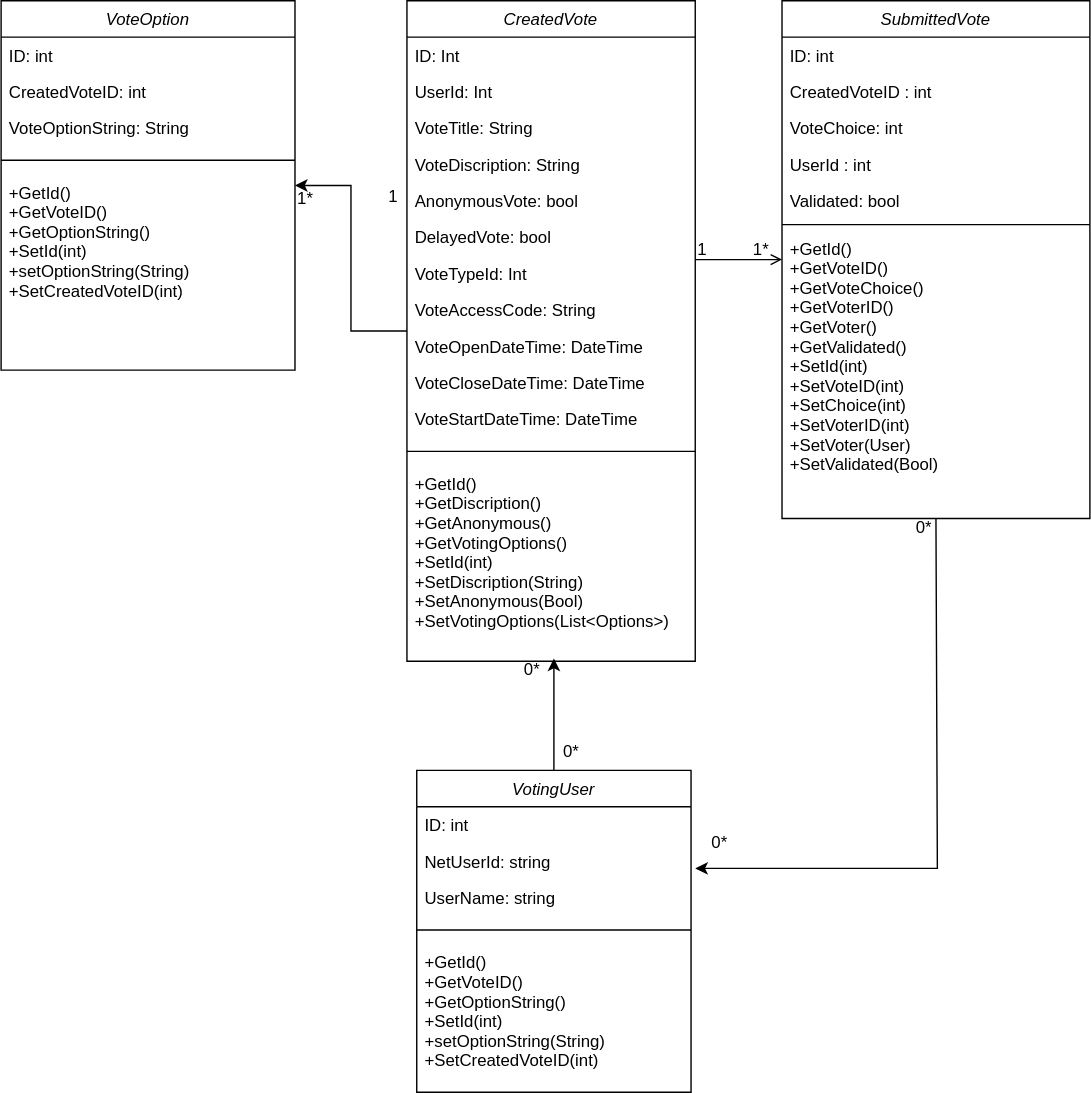
Above: docs/ProjectManagement/Modeling/VA-86/VotingAppClassDiagarm.drawio.svg in vincenowell4/KSV-Software (draw.io), before the change. Source tidied: cells renumbered, new cells last; positions are measured from the earlier drawing's top-left corner, leaving out a move shared by most shapes.
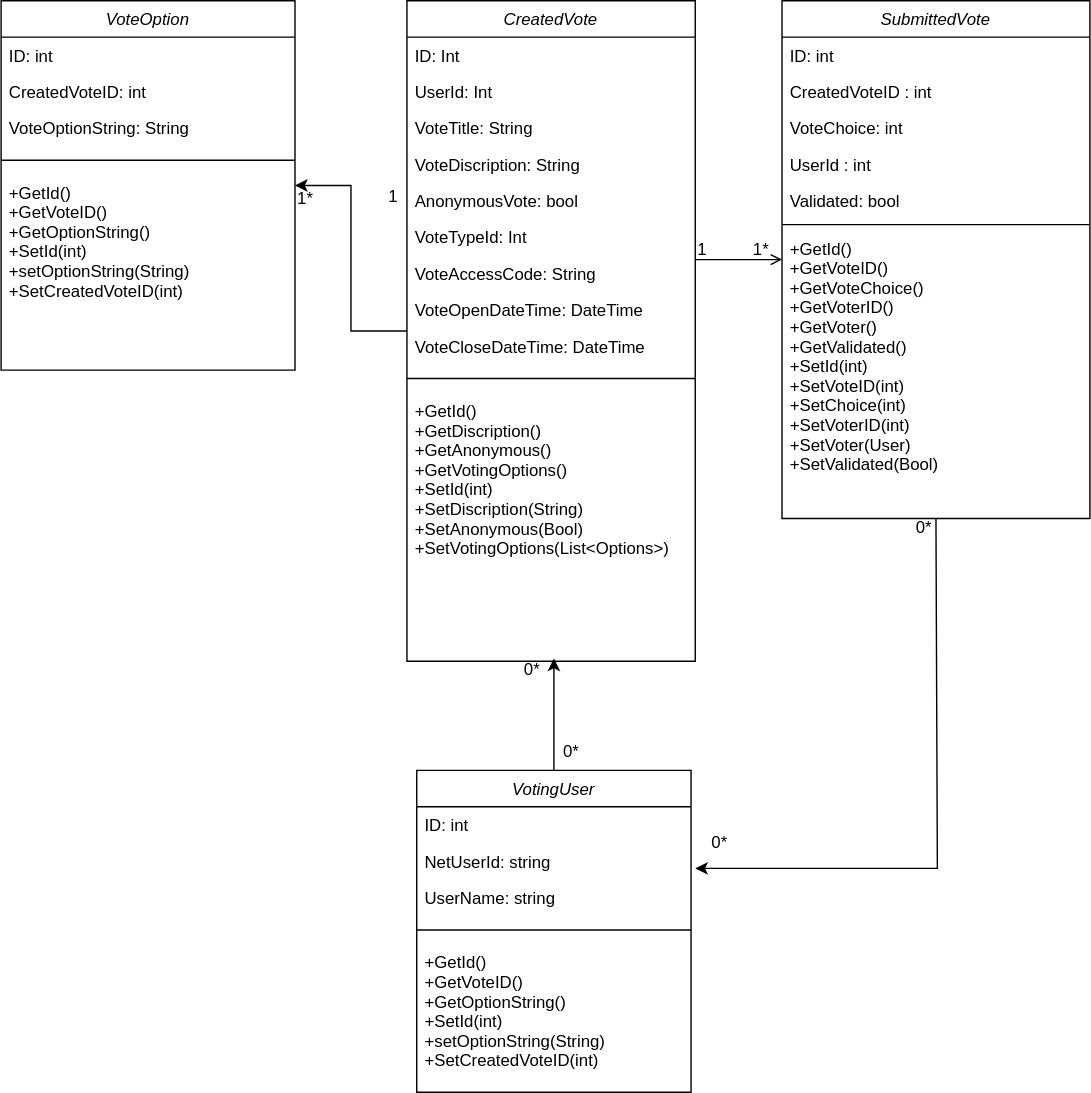
Later version of the same file.

Commit message:
committing changes to class diagram

Change to the diagram source:
```diff
@@ -23,29 +23,23 @@
     <mxCell id="8" value="AnonymousVote: bool" style="text;align=left;verticalAlign=top;spacingLeft=4;spacingRight=4;overflow=hidden;rounded=0;shadow=0;html=0;" parent="3" vertex="1">
       <mxGeometry y="130" width="206" height="26" as="geometry" />
     </mxCell>
-    <mxCell id="9" value="DelayedVote: bool" style="text;align=left;verticalAlign=top;spacingLeft=4;spacingRight=4;overflow=hidden;rounded=0;shadow=0;html=0;" parent="3" vertex="1">
-      <mxGeometry y="156" width="206" height="26" as="geometry" />
-    </mxCell>
     <mxCell id="10" value="VoteTypeId: Int" style="text;align=left;verticalAlign=top;spacingLeft=4;spacingRight=4;overflow=hidden;rounded=0;shadow=0;html=0;" parent="3" vertex="1">
-      <mxGeometry y="182" width="206" height="26" as="geometry" />
+      <mxGeometry y="156" width="206" height="26" as="geometry" />
     </mxCell>
     <mxCell id="11" value="VoteAccessCode: String" style="text;align=left;verticalAlign=top;spacingLeft=4;spacingRight=4;overflow=hidden;rounded=0;shadow=0;html=0;" parent="3" vertex="1">
-      <mxGeometry y="208" width="206" height="26" as="geometry" />
+      <mxGeometry y="182" width="206" height="26" as="geometry" />
     </mxCell>
     <mxCell id="12" value="VoteOpenDateTime: DateTime" style="text;align=left;verticalAlign=top;spacingLeft=4;spacingRight=4;overflow=hidden;rounded=0;shadow=0;html=0;" parent="3" vertex="1">
-      <mxGeometry y="234" width="206" height="26" as="geometry" />
+      <mxGeometry y="208" width="206" height="26" as="geometry" />
     </mxCell>
     <mxCell id="13" value="VoteCloseDateTime: DateTime" style="text;align=left;verticalAlign=top;spacingLeft=4;spacingRight=4;overflow=hidden;rounded=0;shadow=0;html=0;" parent="3" vertex="1">
-      <mxGeometry y="260" width="206" height="26" as="geometry" />
+      <mxGeometry y="234" width="206" height="26" as="geometry" />
     </mxCell>
-    <mxCell id="14" value="VoteStartDateTime: DateTime" style="text;align=left;verticalAlign=top;spacingLeft=4;spacingRight=4;overflow=hidden;rounded=0;shadow=0;html=0;" parent="3" vertex="1">
-      <mxGeometry y="286" width="206" height="26" as="geometry" />
-    </mxCell>
     <mxCell id="15" style="line;html=1;strokeWidth=1;align=left;verticalAlign=middle;spacingTop=-1;spacingLeft=3;spacingRight=3;labelPosition=right;" parent="3" vertex="1">
-      <mxGeometry y="312" width="206" height="20" as="geometry" />
+      <mxGeometry y="260" width="206" height="20" as="geometry" />
     </mxCell>
     <mxCell id="16" value="+GetId()&#10;+GetDiscription()&#10;+GetAnonymous()&#10;+GetVotingOptions()&#10;+SetId(int)&#10;+SetDiscription(String)&#10;+SetAnonymous(Bool)&#10;+SetVotingOptions(List&lt;Options&gt;)&#10;&#10;" style="text;align=left;verticalAlign=top;spacingLeft=4;spacingRight=4;overflow=hidden;rounded=0;shadow=0;html=0;" parent="3" vertex="1">
-      <mxGeometry y="332" width="206" height="140" as="geometry" />
+      <mxGeometry y="280" width="206" height="140" as="geometry" />
     </mxCell>
     <mxCell id="17" value="SubmittedVote" style="swimlane;fontStyle=2;align=center;verticalAlign=top;horizontal=1;startSize=26;rounded=0;shadow=0;strokeWidth=1;" parent="1" vertex="1">
       <mxGeometry x="558" width="220" height="370" as="geometry" />
```
